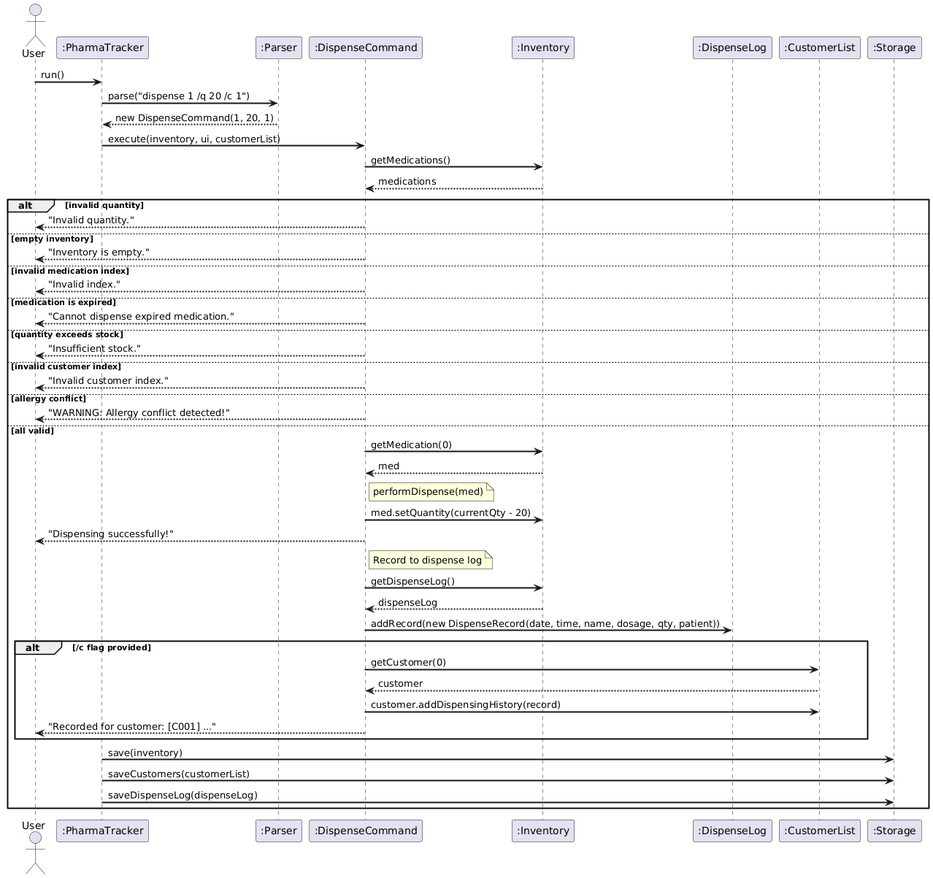
Before: docs/images/DispenseCommandSequence.png, a diagram exported from PlantUML (AY2526S2-CS2113-T10-3/tp).
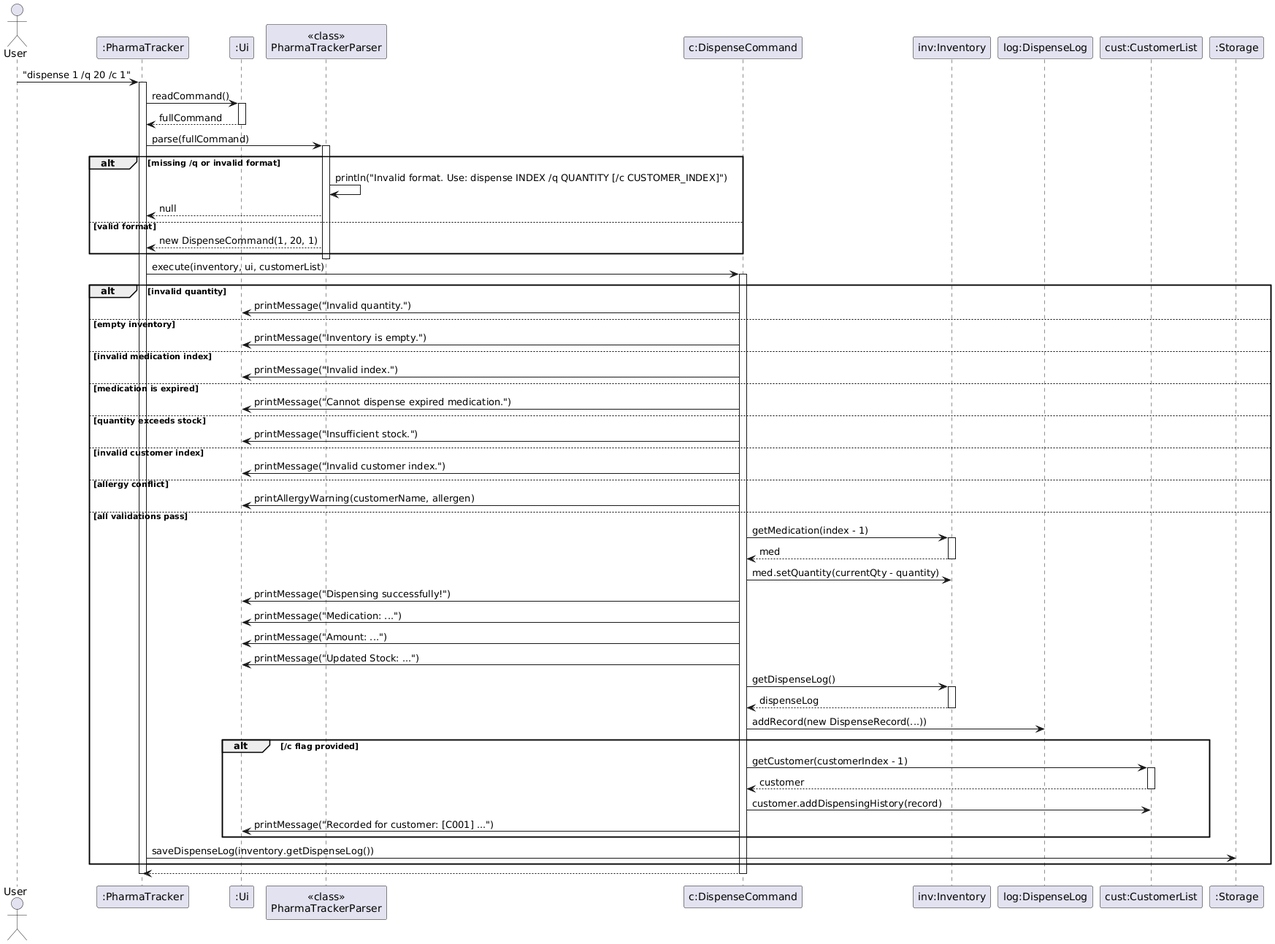
After the commit.

Diff of the diagram source:
```diff
@@ -1,58 +1,83 @@
 @startuml
-skinparam backgroundColor white
-skinparam sequenceArrowThickness 2
+skinparam ArrowFontStyle plain
 
 actor User
 participant ":PharmaTracker" as PT
-participant ":Parser" as Parser
-participant ":DispenseCommand" as Cmd
-participant ":Inventory" as Inv
-participant ":DispenseLog" as Log
-participant ":CustomerList" as CustList
+participant ":Ui" as Ui
+participant "<<class>>\nPharmaTrackerParser" as Parser
+participant "c:DispenseCommand" as Cmd
+participant "inv:Inventory" as Inv
+participant "log:DispenseLog" as Log
+participant "cust:CustomerList" as CustList
 participant ":Storage" as Storage
 
-User -> PT : run()
-PT -> Parser : parse("dispense 1 /q 20 /c 1")
-Parser --> PT : new DispenseCommand(1, 20, 1)
+User -> PT : "dispense 1 /q 20 /c 1"
+activate PT
+
+PT -> Ui : readCommand()
+activate Ui
+Ui --> PT : fullCommand
+deactivate Ui
+
+PT -> Parser : parse(fullCommand)
+activate Parser
+
+alt missing /q or invalid format
+    Parser -> Parser : println("Invalid format. Use: dispense INDEX /q QUANTITY [/c CUSTOMER_INDEX]")
+    Parser --> PT : null
+else valid format
+    Parser --> PT : new DispenseCommand(1, 20, 1)
+end
+deactivate Parser
+
 PT -> Cmd : execute(inventory, ui, customerList)
-Cmd -> Inv : getMedications()
-Inv --> Cmd : medications
+activate Cmd
 
 alt invalid quantity
-    Cmd --> User : "Invalid quantity."
+    Cmd -> Ui : printMessage("Invalid quantity.")
 else empty inventory
-    Cmd --> User : "Inventory is empty."
+    Cmd -> Ui : printMessage("Inventory is empty.")
 else invalid medication index
-    Cmd --> User : "Invalid index."
+    Cmd -> Ui : printMessage("Invalid index.")
 else medication is expired
-    Cmd --> User : "Cannot dispense expired medication."
+    Cmd -> Ui : printMessage("Cannot dispense expired medication.")
 else quantity exceeds stock
-    Cmd --> User : "Insufficient stock."
+    Cmd -> Ui : printMessage("Insufficient stock.")
 else invalid customer index
-    Cmd --> User : "Invalid customer index."
+    Cmd -> Ui : printMessage("Invalid customer index.")
 else allergy conflict
-    Cmd --> User : "WARNING: Allergy conflict detected!"
-else all valid
-    Cmd -> Inv : getMedication(0)
+    Cmd -> Ui : printAllergyWarning(customerName, allergen)
+else all validations pass
+    Cmd -> Inv : getMedication(index - 1)
+    activate Inv
     Inv --> Cmd : med
-    note right of Cmd : performDispense(med)
-    Cmd -> Inv : med.setQuantity(currentQty - 20)
-    Cmd --> User : "Dispensing successfully!"
+    deactivate Inv
 
-    note right of Cmd : Record to dispense log
+    Cmd -> Inv : med.setQuantity(currentQty - quantity)
+    Cmd -> Ui : printMessage("Dispensing successfully!")
+    Cmd -> Ui : printMessage("Medication: ...")
+    Cmd -> Ui : printMessage("Amount: ...")
+    Cmd -> Ui : printMessage("Updated Stock: ...")
+
     Cmd -> Inv : getDispenseLog()
+    activate Inv
     Inv --> Cmd : dispenseLog
-    Cmd -> Log : addRecord(new DispenseRecord(date, time, name, dosage, qty, patient))
+    deactivate Inv
+    Cmd -> Log : addRecord(new DispenseRecord(...))
 
     alt /c flag provided
-        Cmd -> CustList : getCustomer(0)
+        Cmd -> CustList : getCustomer(customerIndex - 1)
+        activate CustList
         CustList --> Cmd : customer
+        deactivate CustList
         Cmd -> CustList : customer.addDispensingHistory(record)
-        Cmd --> User : "Recorded for customer: [C001] ..."
+        Cmd -> Ui : printMessage("Recorded for customer: [C001] ...")
     end
 
-    PT -> Storage : save(inventory)
-    PT -> Storage : saveCustomers(customerList)
-    PT -> Storage : saveDispenseLog(dispenseLog)
+    PT -> Storage : saveDispenseLog(inventory.getDispenseLog())
 end
+
+Cmd --> PT
+deactivate Cmd
+deactivate PT
 @enduml
```
